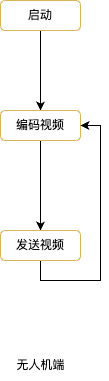
Before: 流程图.png, a diagram exported from draw.io (johnran103/mmdet). Source tidied: cells renumbered, new cells last; positions are measured from the earlier drawing's top-left corner, leaving out a move shared by most shapes. The source it was exported from:
```xml
<mxGraphModel>
  <root>
    <mxCell id="0" />
    <mxCell id="1" parent="0" />
    <mxCell id="2" style="edgeStyle=orthogonalEdgeStyle;rounded=0;jettySize=auto;html=1;exitX=0.5;exitY=1;exitDx=0;exitDy=0;entryX=0.5;entryY=0;entryDx=0;entryDy=0;" parent="1" edge="1" source="3" target="5">
      <mxGeometry relative="1" as="geometry" />
    </mxCell>
    <mxCell id="3" value="启动" style="rounded=1;whiteSpace=wrap;html=1;fillColor=none;strokeColor=#D6B656;" parent="1" vertex="1">
      <mxGeometry width="80" height="30" as="geometry" />
    </mxCell>
    <mxCell id="4" style="edgeStyle=orthogonalEdgeStyle;rounded=0;jettySize=auto;html=1;exitX=0.5;exitY=1;exitDx=0;exitDy=0;entryX=0.5;entryY=0;entryDx=0;entryDy=0;" parent="1" edge="1" source="5" target="7">
      <mxGeometry relative="1" as="geometry" />
    </mxCell>
    <mxCell id="5" value="编码视频" style="rounded=1;whiteSpace=wrap;html=1;fillColor=none;strokeColor=#D6B656;" parent="1" vertex="1">
      <mxGeometry y="110" width="80" height="30" as="geometry" />
    </mxCell>
    <mxCell id="6" style="edgeStyle=orthogonalEdgeStyle;rounded=0;jettySize=auto;html=1;exitX=0.5;exitY=1;exitDx=0;exitDy=0;entryX=1;entryY=0.5;entryDx=0;entryDy=0;" parent="1" edge="1" source="7" target="5">
      <mxGeometry relative="1" as="geometry">
        <Array as="points">
          <mxPoint x="40" y="280" />
          <mxPoint x="100" y="280" />
          <mxPoint x="100" y="125" />
        </Array>
      </mxGeometry>
    </mxCell>
    <mxCell id="7" value="发送视频" style="rounded=1;whiteSpace=wrap;html=1;fillColor=none;strokeColor=#D6B656;" parent="1" vertex="1">
      <mxGeometry y="230" width="80" height="30" as="geometry" />
    </mxCell>
    <mxCell id="8" value="无人机端" style="text;html=1;align=center;verticalAlign=middle;strokeColor=none;fillColor=none;" parent="1" vertex="1">
      <mxGeometry x="5" y="350" width="70" height="30" as="geometry" />
    </mxCell>
  </root>
</mxGraphModel>
```
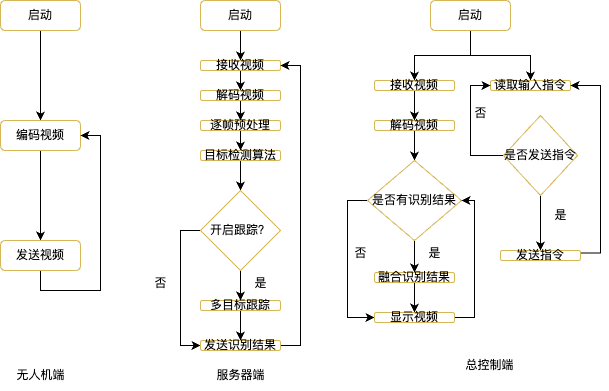
The same file after the commit.

Commit message:
更新流程图.png

What changed in the source:
```diff
@@ -6,7 +6,7 @@
       <mxGeometry relative="1" as="geometry" />
     </mxCell>
     <mxCell id="3" value="启动" style="rounded=1;whiteSpace=wrap;html=1;fillColor=none;strokeColor=#D6B656;" parent="1" vertex="1">
-      <mxGeometry width="80" height="30" as="geometry" />
+      <mxGeometry y="-10" width="80" height="30" as="geometry" />
     </mxCell>
     <mxCell id="4" style="edgeStyle=orthogonalEdgeStyle;rounded=0;jettySize=auto;html=1;exitX=0.5;exitY=1;exitDx=0;exitDy=0;entryX=0.5;entryY=0;entryDx=0;entryDy=0;" parent="1" edge="1" source="5" target="7">
       <mxGeometry relative="1" as="geometry" />
@@ -29,5 +29,145 @@
     <mxCell id="8" value="无人机端" style="text;html=1;align=center;verticalAlign=middle;strokeColor=none;fillColor=none;" parent="1" vertex="1">
       <mxGeometry x="5" y="350" width="70" height="30" as="geometry" />
     </mxCell>
+    <mxCell id="9" style="edgeStyle=orthogonalEdgeStyle;rounded=0;jettySize=auto;html=1;exitX=0.5;exitY=1;exitDx=0;exitDy=0;entryX=0.5;entryY=0;entryDx=0;entryDy=0;" parent="1" edge="1" source="10" target="12">
+      <mxGeometry relative="1" as="geometry" />
+    </mxCell>
+    <mxCell id="10" value="启动" style="rounded=1;whiteSpace=wrap;html=1;fillColor=none;strokeColor=#D6B656;" parent="1" vertex="1">
+      <mxGeometry x="200" y="-10" width="80" height="30" as="geometry" />
+    </mxCell>
+    <mxCell id="11" style="edgeStyle=orthogonalEdgeStyle;rounded=0;jettySize=auto;html=1;exitX=0.5;exitY=1;exitDx=0;exitDy=0;entryX=0.5;entryY=0;entryDx=0;entryDy=0;" parent="1" edge="1" source="12" target="17">
+      <mxGeometry relative="1" as="geometry" />
+    </mxCell>
+    <mxCell id="12" value="接收视频" style="rounded=1;whiteSpace=wrap;html=1;fillColor=none;strokeColor=#D6B656;" parent="1" vertex="1">
+      <mxGeometry x="200" y="50" width="80" height="10" as="geometry" />
+    </mxCell>
+    <mxCell id="13" style="edgeStyle=orthogonalEdgeStyle;rounded=0;jettySize=auto;html=1;exitX=0.5;exitY=1;exitDx=0;exitDy=0;entryX=0.5;entryY=0;entryDx=0;entryDy=0;" parent="1" edge="1" source="14" target="26">
+      <mxGeometry relative="1" as="geometry" />
+    </mxCell>
+    <mxCell id="14" value="多目标跟踪" style="rounded=1;whiteSpace=wrap;html=1;fillColor=none;strokeColor=#D6B656;" parent="1" vertex="1">
+      <mxGeometry x="200" y="290" width="80" height="10" as="geometry" />
+    </mxCell>
+    <mxCell id="15" value="服务器端" style="text;html=1;align=center;verticalAlign=middle;strokeColor=none;fillColor=none;" parent="1" vertex="1">
+      <mxGeometry x="205" y="350" width="70" height="30" as="geometry" />
+    </mxCell>
+    <mxCell id="16" style="edgeStyle=orthogonalEdgeStyle;rounded=0;jettySize=auto;html=1;exitX=0.5;exitY=1;exitDx=0;exitDy=0;entryX=0.5;entryY=0;entryDx=0;entryDy=0;" parent="1" edge="1" source="17" target="19">
+      <mxGeometry relative="1" as="geometry" />
+    </mxCell>
+    <mxCell id="17" value="解码视频" style="rounded=1;whiteSpace=wrap;html=1;fillColor=none;strokeColor=#D6B656;" parent="1" vertex="1">
+      <mxGeometry x="200" y="80" width="80" height="10" as="geometry" />
+    </mxCell>
+    <mxCell id="18" style="edgeStyle=orthogonalEdgeStyle;rounded=0;jettySize=auto;html=1;exitX=0.5;exitY=1;exitDx=0;exitDy=0;entryX=0.5;entryY=0;entryDx=0;entryDy=0;" parent="1" edge="1" source="19" target="21">
+      <mxGeometry relative="1" as="geometry" />
+    </mxCell>
+    <mxCell id="19" value="逐帧预处理" style="rounded=1;whiteSpace=wrap;html=1;fillColor=none;strokeColor=#D6B656;" parent="1" vertex="1">
+      <mxGeometry x="200" y="110" width="80" height="10" as="geometry" />
+    </mxCell>
+    <mxCell id="20" style="edgeStyle=orthogonalEdgeStyle;rounded=0;jettySize=auto;html=1;exitX=0.5;exitY=1;exitDx=0;exitDy=0;entryX=0.5;entryY=0;entryDx=0;entryDy=0;" parent="1" edge="1" source="21" target="24">
+      <mxGeometry relative="1" as="geometry" />
+    </mxCell>
+    <mxCell id="21" value="目标检测算法" style="rounded=1;whiteSpace=wrap;html=1;fillColor=none;strokeColor=#D6B656;" parent="1" vertex="1">
+      <mxGeometry x="200" y="140" width="80" height="10" as="geometry" />
+    </mxCell>
+    <mxCell id="22" style="edgeStyle=orthogonalEdgeStyle;rounded=0;jettySize=auto;html=1;exitX=0;exitY=0.5;exitDx=0;exitDy=0;entryX=0;entryY=0.5;entryDx=0;entryDy=0;" parent="1" edge="1" source="24" target="26">
+      <mxGeometry relative="1" as="geometry" />
+    </mxCell>
+    <mxCell id="23" style="edgeStyle=orthogonalEdgeStyle;rounded=0;jettySize=auto;html=1;exitX=0.5;exitY=1;exitDx=0;exitDy=0;entryX=0.5;entryY=0;entryDx=0;entryDy=0;" parent="1" edge="1" source="24" target="14">
+      <mxGeometry relative="1" as="geometry" />
+    </mxCell>
+    <mxCell id="24" value="开启跟踪？" style="rhombus;whiteSpace=wrap;html=1;fillColor=none;strokeColor=#D6B656;" parent="1" vertex="1">
+      <mxGeometry x="200" y="180" width="80" height="80" as="geometry" />
+    </mxCell>
+    <mxCell id="25" style="edgeStyle=orthogonalEdgeStyle;rounded=0;jettySize=auto;html=1;exitX=1;exitY=0.5;exitDx=0;exitDy=0;entryX=1;entryY=0.5;entryDx=0;entryDy=0;" parent="1" edge="1" source="26" target="12">
+      <mxGeometry relative="1" as="geometry">
+        <Array as="points">
+          <mxPoint x="300" y="335" />
+          <mxPoint x="300" y="55" />
+        </Array>
+      </mxGeometry>
+    </mxCell>
+    <mxCell id="26" value="发送识别结果" style="rounded=1;whiteSpace=wrap;html=1;fillColor=none;strokeColor=#D6B656;" parent="1" vertex="1">
+      <mxGeometry x="200" y="330" width="80" height="10" as="geometry" />
+    </mxCell>
+    <mxCell id="27" value="否" style="text;html=1;align=center;verticalAlign=middle;strokeColor=none;fillColor=none;" parent="1" vertex="1">
+      <mxGeometry x="140" y="258" width="40" height="30" as="geometry" />
+    </mxCell>
+    <mxCell id="28" value="是" style="text;html=1;align=center;verticalAlign=middle;strokeColor=none;fillColor=none;" parent="1" vertex="1">
+      <mxGeometry x="240" y="258" width="40" height="30" as="geometry" />
+    </mxCell>
+    <mxCell id="29" style="edgeStyle=orthogonalEdgeStyle;rounded=0;jettySize=auto;html=1;exitX=0.5;exitY=1;exitDx=0;exitDy=0;entryX=0.5;entryY=0;entryDx=0;entryDy=0;" parent="1" edge="1" source="31" target="33">
+      <mxGeometry relative="1" as="geometry" />
+    </mxCell>
+    <mxCell id="30" style="edgeStyle=orthogonalEdgeStyle;rounded=0;jettySize=auto;html=1;exitX=0.5;exitY=1;exitDx=0;exitDy=0;entryX=0.5;entryY=0;entryDx=0;entryDy=0;" parent="1" edge="1" source="31" target="45">
+      <mxGeometry relative="1" as="geometry" />
+    </mxCell>
+    <mxCell id="31" value="启动" style="rounded=1;whiteSpace=wrap;html=1;fillColor=none;strokeColor=#D6B656;" parent="1" vertex="1">
+      <mxGeometry x="430" y="-10" width="80" height="30" as="geometry" />
+    </mxCell>
+    <mxCell id="32" style="edgeStyle=orthogonalEdgeStyle;rounded=0;jettySize=auto;html=1;exitX=0.5;exitY=1;exitDx=0;exitDy=0;entryX=0.5;entryY=0;entryDx=0;entryDy=0;" parent="1" edge="1" source="33" target="37">
+      <mxGeometry relative="1" as="geometry" />
+    </mxCell>
+    <mxCell id="33" value="接收视频" style="rounded=1;whiteSpace=wrap;html=1;fillColor=none;strokeColor=#D6B656;" parent="1" vertex="1">
+      <mxGeometry x="374" y="70" width="80" height="10" as="geometry" />
+    </mxCell>
+    <mxCell id="34" style="edgeStyle=orthogonalEdgeStyle;rounded=0;jettySize=auto;html=1;exitX=0.5;exitY=1;exitDx=0;exitDy=0;entryX=0.5;entryY=0;entryDx=0;entryDy=0;" parent="1" edge="1" source="35" target="42">
+      <mxGeometry relative="1" as="geometry" />
+    </mxCell>
+    <mxCell id="35" value="融合识别结果" style="rounded=1;whiteSpace=wrap;html=1;fillColor=none;strokeColor=#D6B656;" parent="1" vertex="1">
+      <mxGeometry x="374" y="262" width="80" height="10" as="geometry" />
+    </mxCell>
+    <mxCell id="36" style="edgeStyle=orthogonalEdgeStyle;rounded=0;jettySize=auto;html=1;exitX=0.5;exitY=1;exitDx=0;exitDy=0;entryX=0.5;entryY=0;entryDx=0;entryDy=0;" parent="1" edge="1" source="37" target="40">
+      <mxGeometry relative="1" as="geometry" />
+    </mxCell>
+    <mxCell id="37" value="解码视频" style="rounded=1;whiteSpace=wrap;html=1;fillColor=none;strokeColor=#D6B656;" parent="1" vertex="1">
+      <mxGeometry x="374" y="110" width="80" height="10" as="geometry" />
+    </mxCell>
+    <mxCell id="38" style="edgeStyle=orthogonalEdgeStyle;rounded=0;jettySize=auto;html=1;exitX=0;exitY=0.5;exitDx=0;exitDy=0;entryX=0;entryY=0.5;entryDx=0;entryDy=0;" parent="1" edge="1" source="40" target="42">
+      <mxGeometry relative="1" as="geometry" />
+    </mxCell>
+    <mxCell id="39" style="edgeStyle=orthogonalEdgeStyle;rounded=0;jettySize=auto;html=1;exitX=0.5;exitY=1;exitDx=0;exitDy=0;entryX=0.5;entryY=0;entryDx=0;entryDy=0;" parent="1" edge="1" source="40" target="35">
+      <mxGeometry relative="1" as="geometry" />
+    </mxCell>
+    <mxCell id="40" value="是否有识别结果" style="rhombus;whiteSpace=wrap;html=1;fillColor=none;strokeColor=#D6B656;" parent="1" vertex="1">
+      <mxGeometry x="367" y="150" width="94" height="80" as="geometry" />
+    </mxCell>
+    <mxCell id="41" style="edgeStyle=orthogonalEdgeStyle;rounded=0;jettySize=auto;html=1;exitX=1;exitY=0.5;exitDx=0;exitDy=0;entryX=1;entryY=0.5;entryDx=0;entryDy=0;" parent="1" edge="1" source="42" target="40">
+      <mxGeometry relative="1" as="geometry" />
+    </mxCell>
+    <mxCell id="42" value="显示视频" style="rounded=1;whiteSpace=wrap;html=1;fillColor=none;strokeColor=#D6B656;" parent="1" vertex="1">
+      <mxGeometry x="374" y="302" width="80" height="10" as="geometry" />
+    </mxCell>
+    <mxCell id="43" value="否" style="text;html=1;align=center;verticalAlign=middle;strokeColor=none;fillColor=none;" parent="1" vertex="1">
+      <mxGeometry x="340" y="228" width="40" height="30" as="geometry" />
+    </mxCell>
+    <mxCell id="44" value="是" style="text;html=1;align=center;verticalAlign=middle;strokeColor=none;fillColor=none;" parent="1" vertex="1">
+      <mxGeometry x="414" y="228" width="40" height="30" as="geometry" />
+    </mxCell>
+    <mxCell id="45" value="读取输入指令" style="rounded=1;whiteSpace=wrap;html=1;fillColor=none;strokeColor=#D6B656;" parent="1" vertex="1">
+      <mxGeometry x="490" y="70" width="80" height="10" as="geometry" />
+    </mxCell>
+    <mxCell id="46" style="edgeStyle=orthogonalEdgeStyle;rounded=0;jettySize=auto;html=1;exitX=0;exitY=0.5;exitDx=0;exitDy=0;entryX=0;entryY=0.5;entryDx=0;entryDy=0;" parent="1" edge="1" source="48" target="45">
+      <mxGeometry relative="1" as="geometry" />
+    </mxCell>
+    <mxCell id="47" style="edgeStyle=orthogonalEdgeStyle;rounded=0;jettySize=auto;html=1;exitX=0.5;exitY=1;exitDx=0;exitDy=0;entryX=0.5;entryY=0;entryDx=0;entryDy=0;" parent="1" edge="1" source="48" target="50">
+      <mxGeometry relative="1" as="geometry" />
+    </mxCell>
+    <mxCell id="48" value="是否发送指令" style="rhombus;whiteSpace=wrap;html=1;fillColor=none;strokeColor=#D6B656;" parent="1" vertex="1">
+      <mxGeometry x="503" y="105" width="74" height="80" as="geometry" />
+    </mxCell>
+    <mxCell id="49" style="edgeStyle=orthogonalEdgeStyle;rounded=0;jettySize=auto;html=1;exitX=1;exitY=0.25;exitDx=0;exitDy=0;entryX=1;entryY=0.5;entryDx=0;entryDy=0;" parent="1" edge="1" source="50" target="45">
+      <mxGeometry relative="1" as="geometry" />
+    </mxCell>
+    <mxCell id="50" value="发送指令" style="rounded=1;whiteSpace=wrap;html=1;fillColor=none;strokeColor=#D6B656;" parent="1" vertex="1">
+      <mxGeometry x="500" y="240" width="80" height="10" as="geometry" />
+    </mxCell>
+    <mxCell id="51" value="否" style="text;html=1;align=center;verticalAlign=middle;strokeColor=none;fillColor=none;" parent="1" vertex="1">
+      <mxGeometry x="460" y="88" width="40" height="30" as="geometry" />
+    </mxCell>
+    <mxCell id="52" value="是" style="text;html=1;align=center;verticalAlign=middle;strokeColor=none;fillColor=none;" parent="1" vertex="1">
+      <mxGeometry x="540" y="190" width="40" height="30" as="geometry" />
+    </mxCell>
+    <mxCell id="53" value="总控制端" style="text;html=1;align=center;verticalAlign=middle;strokeColor=none;fillColor=none;" parent="1" vertex="1">
+      <mxGeometry x="454" y="340" width="70" height="30" as="geometry" />
+    </mxCell>
   </root>
 </mxGraphModel>
```
